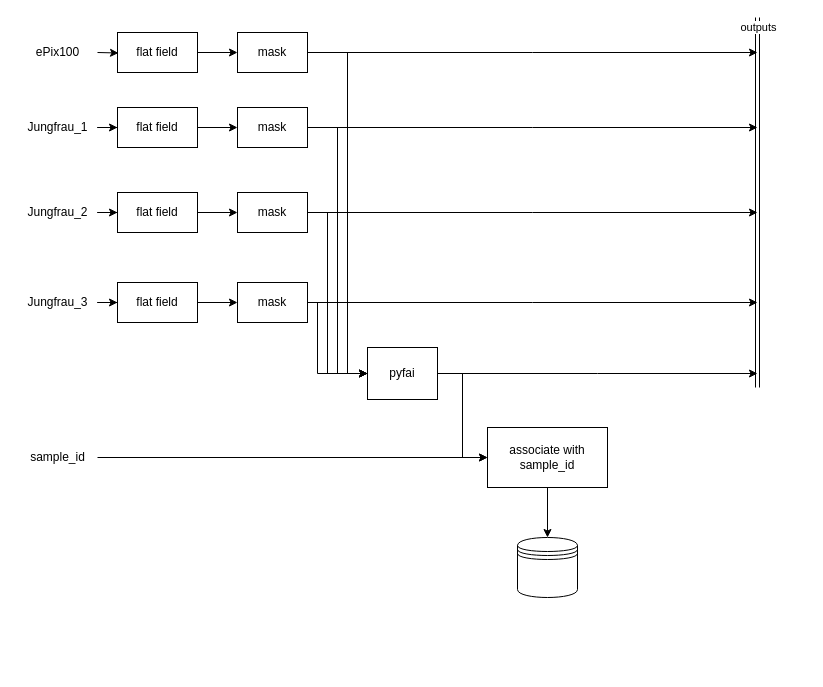
Earlier version of the draw.io diagram substrate.drawio (keeble/hed-context-files). Source tidied: cells renumbered, new cells numbered last; positions are measured from the earlier drawing's top-left corner, leaving out a move shared by most shapes. Both pictures are drawn from the tidied source at 100%, with x=0, y=0 at pixel (17, 17).
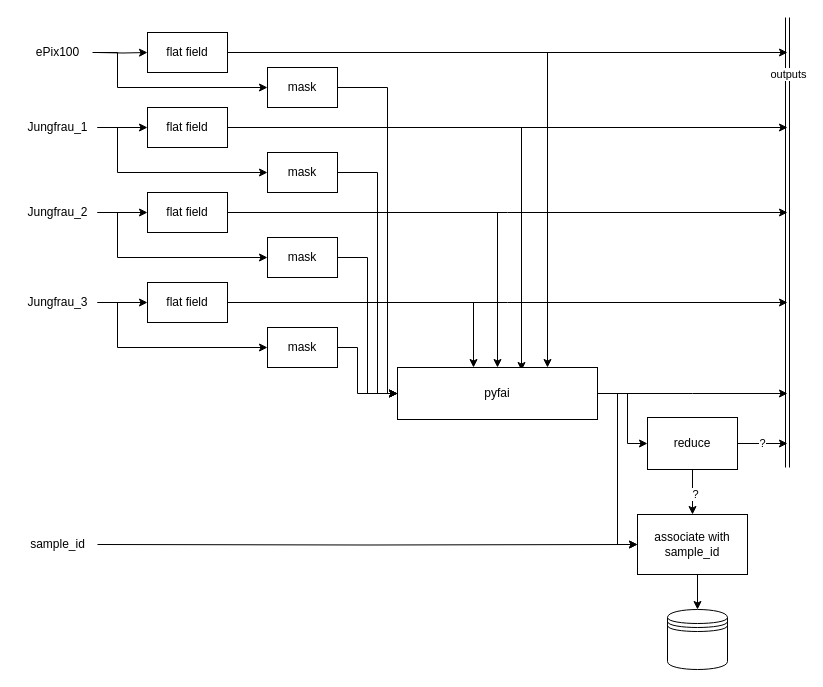
After the change.

Unchanged cells that the change refers to:
```xml
<mxCell id="3" value="Jungfrau_1" style="text;html=1;align=center;verticalAlign=middle;points=[];strokeColor=none;fillColor=none;" parent="1" vertex="1">
  <mxGeometry y="95" width="80" height="30" as="geometry" />
</mxCell>
<mxCell id="5" value="Jungfrau_2" style="text;html=1;align=center;verticalAlign=middle;points=[];strokeColor=none;fillColor=none;" parent="1" vertex="1">
  <mxGeometry y="180" width="80" height="30" as="geometry" />
</mxCell>
<mxCell id="7" value="Jungfrau_3" style="text;html=1;align=center;verticalAlign=middle;points=[];strokeColor=none;fillColor=none;" parent="1" vertex="1">
  <mxGeometry y="270" width="80" height="30" as="geometry" />
</mxCell>
<mxCell id="28" value="ePix100" style="text;html=1;align=center;verticalAlign=middle;points=[];strokeColor=none;fillColor=none;" parent="1" vertex="1">
  <mxGeometry x="5" y="20" width="70" height="30" as="geometry" />
</mxCell>
```

Diff of the diagram source:
```diff
@@
+    <mxCell id="40" style="edgeStyle=orthogonalEdgeStyle;rounded=0;jettySize=auto;html=1;entryX=0;entryY=0.5;entryDx=0;entryDy=0;" parent="1" edge="1" source="3" target="16">
+      <mxGeometry relative="1" as="geometry">
+        <Array as="points">
+          <mxPoint x="100" y="110" />
+          <mxPoint x="100" y="155" />
+        </Array>
+      </mxGeometry>
+    </mxCell>
@@
+    <mxCell id="41" style="edgeStyle=orthogonalEdgeStyle;rounded=0;jettySize=auto;html=1;entryX=0;entryY=0.5;entryDx=0;entryDy=0;" parent="1" edge="1" source="5" target="19">
+      <mxGeometry relative="1" as="geometry">
+        <Array as="points">
+          <mxPoint x="100" y="195" />
+          <mxPoint x="100" y="240" />
+        </Array>
+      </mxGeometry>
+    </mxCell>
@@
+    <mxCell id="42" style="edgeStyle=orthogonalEdgeStyle;rounded=0;jettySize=auto;html=1;entryX=0;entryY=0.5;entryDx=0;entryDy=0;" parent="1" edge="1" source="7" target="22">
+      <mxGeometry relative="1" as="geometry">
+        <Array as="points">
+          <mxPoint x="100" y="285" />
+          <mxPoint x="100" y="330" />
+        </Array>
+      </mxGeometry>
+    </mxCell>
@@
-    <mxCell id="8" style="edgeStyle=orthogonalEdgeStyle;rounded=0;jettySize=auto;html=1;" parent="1" edge="1" source="9" target="16">
-      <mxGeometry relative="1" as="geometry" />
-    </mxCell>
+    <mxCell id="43" style="edgeStyle=orthogonalEdgeStyle;rounded=0;jettySize=auto;html=1;" parent="1" edge="1" source="9">
+      <mxGeometry relative="1" as="geometry">
+        <mxPoint x="770" y="110" as="targetPoint" />
+      </mxGeometry>
+    </mxCell>
+    <mxCell id="44" style="edgeStyle=orthogonalEdgeStyle;rounded=0;jettySize=auto;html=1;entryX=0.62;entryY=0.058;entryDx=0;entryDy=0;entryPerimeter=0;" parent="1" edge="1" source="9" target="25">
+      <mxGeometry relative="1" as="geometry" />
+    </mxCell>
     <mxCell id="9" value="flat field" style="rounded=0;whiteSpace=wrap;html=1;" parent="1" vertex="1">
-      <mxGeometry x="100" y="90" width="80" height="40" as="geometry" />
+      <mxGeometry x="130" y="90" width="80" height="40" as="geometry" />
     </mxCell>
-    <mxCell id="10" style="edgeStyle=orthogonalEdgeStyle;rounded=0;jettySize=auto;html=1;" parent="1" edge="1" source="11" target="19">
-      <mxGeometry relative="1" as="geometry" />
-    </mxCell>
+    <mxCell id="45" style="edgeStyle=orthogonalEdgeStyle;rounded=0;jettySize=auto;html=1;" parent="1" edge="1" source="11">
+      <mxGeometry relative="1" as="geometry">
+        <mxPoint x="770" y="195" as="targetPoint" />
+      </mxGeometry>
+    </mxCell>
+    <mxCell id="46" style="edgeStyle=orthogonalEdgeStyle;rounded=0;jettySize=auto;html=1;entryX=0.5;entryY=0;entryDx=0;entryDy=0;" parent="1" edge="1" source="11" target="25">
+      <mxGeometry relative="1" as="geometry" />
+    </mxCell>
     <mxCell id="11" value="flat field" style="rounded=0;whiteSpace=wrap;html=1;" parent="1" vertex="1">
-      <mxGeometry x="100" y="175" width="80" height="40" as="geometry" />
+      <mxGeometry x="130" y="175" width="80" height="40" as="geometry" />
     </mxCell>
-    <mxCell id="12" style="edgeStyle=orthogonalEdgeStyle;rounded=0;jettySize=auto;html=1;" parent="1" edge="1" source="13" target="22">
-      <mxGeometry relative="1" as="geometry" />
-    </mxCell>
+    <mxCell id="47" style="edgeStyle=orthogonalEdgeStyle;rounded=0;jettySize=auto;html=1;" parent="1" edge="1" source="13">
+      <mxGeometry relative="1" as="geometry">
+        <mxPoint x="770" y="285" as="targetPoint" />
+      </mxGeometry>
+    </mxCell>
+    <mxCell id="48" style="edgeStyle=orthogonalEdgeStyle;rounded=0;jettySize=auto;html=1;entryX=0.38;entryY=0;entryDx=0;entryDy=0;entryPerimeter=0;" parent="1" edge="1" source="13" target="25">
+      <mxGeometry relative="1" as="geometry" />
+    </mxCell>
     <mxCell id="13" value="flat field" style="rounded=0;whiteSpace=wrap;html=1;" parent="1" vertex="1">
-      <mxGeometry x="100" y="265" width="80" height="40" as="geometry" />
+      <mxGeometry x="130" y="265" width="80" height="40" as="geometry" />
     </mxCell>
     <mxCell id="14" style="edgeStyle=orthogonalEdgeStyle;rounded=0;jettySize=auto;html=1;entryX=0;entryY=0.5;entryDx=0;entryDy=0;" parent="1" edge="1" source="16" target="25">
       <mxGeometry relative="1" as="geometry">
         <Array as="points">
-          <mxPoint x="320" y="110" />
-          <mxPoint x="320" y="356" />
+          <mxPoint x="360" y="155" />
+          <mxPoint x="360" y="376" />
         </Array>
       </mxGeometry>
     </mxCell>
-    <mxCell id="15" style="edgeStyle=orthogonalEdgeStyle;rounded=0;jettySize=auto;html=1;" parent="1" edge="1" source="16">
-      <mxGeometry relative="1" as="geometry">
-        <mxPoint x="740" y="110" as="targetPoint" />
-      </mxGeometry>
-    </mxCell>
     <mxCell id="16" value="mask" style="rounded=0;whiteSpace=wrap;html=1;" parent="1" vertex="1">
-      <mxGeometry x="220" y="90" width="70" height="40" as="geometry" />
+      <mxGeometry x="250" y="135" width="70" height="40" as="geometry" />
     </mxCell>
     <mxCell id="17" style="edgeStyle=orthogonalEdgeStyle;rounded=0;jettySize=auto;html=1;entryX=0;entryY=0.5;entryDx=0;entryDy=0;" parent="1" edge="1" source="19" target="25">
-      <mxGeometry relative="1" as="geometry">
-        <Array as="points">
-          <mxPoint x="310" y="195" />
-          <mxPoint x="310" y="356" />
-        </Array>
-      </mxGeometry>
+      <mxGeometry relative="1" as="geometry" />
     </mxCell>
-    <mxCell id="18" style="edgeStyle=orthogonalEdgeStyle;rounded=0;jettySize=auto;html=1;" parent="1" edge="1" source="19">
-      <mxGeometry relative="1" as="geometry">
-        <mxPoint x="740" y="195" as="targetPoint" />
-      </mxGeometry>
-    </mxCell>
     <mxCell id="19" value="mask" style="rounded=0;whiteSpace=wrap;html=1;" parent="1" vertex="1">
-      <mxGeometry x="220" y="175" width="70" height="40" as="geometry" />
+      <mxGeometry x="250" y="220" width="70" height="40" as="geometry" />
     </mxCell>
     <mxCell id="20" style="edgeStyle=orthogonalEdgeStyle;rounded=0;jettySize=auto;html=1;entryX=0;entryY=0.5;entryDx=0;entryDy=0;" parent="1" edge="1" source="22" target="25">
       <mxGeometry relative="1" as="geometry">
         <Array as="points">
-          <mxPoint x="300" y="285" />
-          <mxPoint x="300" y="356" />
+          <mxPoint x="340" y="330" />
+          <mxPoint x="340" y="376" />
         </Array>
       </mxGeometry>
     </mxCell>
-    <mxCell id="21" style="edgeStyle=orthogonalEdgeStyle;rounded=0;jettySize=auto;html=1;" parent="1" edge="1" source="22">
-      <mxGeometry relative="1" as="geometry">
-        <mxPoint x="740" y="285" as="targetPoint" />
-      </mxGeometry>
-    </mxCell>
     <mxCell id="22" value="mask" style="rounded=0;whiteSpace=wrap;html=1;" parent="1" vertex="1">
-      <mxGeometry x="220" y="265" width="70" height="40" as="geometry" />
+      <mxGeometry x="250" y="310" width="70" height="40" as="geometry" />
     </mxCell>
-    <mxCell id="23" style="edgeStyle=orthogonalEdgeStyle;rounded=0;jettySize=auto;html=1;" parent="1" edge="1" source="25">
-      <mxGeometry relative="1" as="geometry">
-        <mxPoint x="740" y="356" as="targetPoint" />
-      </mxGeometry>
-    </mxCell>
@@
+    <mxCell id="49" style="edgeStyle=orthogonalEdgeStyle;rounded=0;jettySize=auto;html=1;" parent="1" edge="1" source="25">
+      <mxGeometry relative="1" as="geometry">
+        <mxPoint x="770" y="376" as="targetPoint" />
+      </mxGeometry>
+    </mxCell>
+    <mxCell id="50" style="edgeStyle=orthogonalEdgeStyle;rounded=0;jettySize=auto;html=1;entryX=0;entryY=0.5;entryDx=0;entryDy=0;" parent="1" edge="1" source="25" target="57">
+      <mxGeometry relative="1" as="geometry">
+        <Array as="points">
+          <mxPoint x="610" y="376" />
+          <mxPoint x="610" y="426" />
+        </Array>
+      </mxGeometry>
+    </mxCell>
     <mxCell id="25" value="pyfai" style="rounded=0;whiteSpace=wrap;html=1;" parent="1" vertex="1">
-      <mxGeometry x="350" y="330" width="70" height="52" as="geometry" />
+      <mxGeometry x="380" y="350" width="200" height="52" as="geometry" />
     </mxCell>
     <mxCell id="26" style="shape=link;html=1;rounded=0;" parent="1" edge="1">
       <mxGeometry relative="1" as="geometry">
-        <mxPoint x="740" y="370" as="sourcePoint" />
-        <mxPoint x="740" as="targetPoint" />
+        <mxPoint x="770" y="450" as="sourcePoint" />
+        <mxPoint x="770" as="targetPoint" />
       </mxGeometry>
     </mxCell>
     <mxCell id="27" value="outputs" style="edgeLabel;html=1;align=center;verticalAlign=middle;" parent="26" vertex="1">
       <mxGeometry x="0.95" y="-3" relative="1" as="geometry">
-        <mxPoint x="-3" as="offset" />
+        <mxPoint x="-3" y="45" as="offset" />
       </mxGeometry>
     </mxCell>
+    <mxCell id="51" style="edgeStyle=orthogonalEdgeStyle;rounded=0;jettySize=auto;html=1;entryX=0;entryY=0.5;entryDx=0;entryDy=0;" parent="1" edge="1" source="28" target="34">
+      <mxGeometry relative="1" as="geometry">
+        <Array as="points">
+          <mxPoint x="100" y="35" />
+          <mxPoint x="100" y="70" />
+        </Array>
+      </mxGeometry>
+    </mxCell>
@@
-    <mxCell id="30" style="edgeStyle=orthogonalEdgeStyle;rounded=0;jettySize=auto;html=1;" parent="1" edge="1" source="31" target="34">
-      <mxGeometry relative="1" as="geometry" />
-    </mxCell>
+    <mxCell id="52" style="edgeStyle=orthogonalEdgeStyle;rounded=0;jettySize=auto;html=1;" parent="1" edge="1" source="31">
+      <mxGeometry relative="1" as="geometry">
+        <mxPoint x="770" y="35" as="targetPoint" />
+      </mxGeometry>
+    </mxCell>
+    <mxCell id="53" style="edgeStyle=orthogonalEdgeStyle;rounded=0;jettySize=auto;html=1;entryX=0.75;entryY=0;entryDx=0;entryDy=0;shadow=0;" parent="1" edge="1" source="31" target="25">
+      <mxGeometry relative="1" as="geometry" />
+    </mxCell>
     <mxCell id="31" value="flat field" style="rounded=0;whiteSpace=wrap;html=1;" parent="1" vertex="1">
-      <mxGeometry x="100" y="15" width="80" height="40" as="geometry" />
+      <mxGeometry x="130" y="15" width="80" height="40" as="geometry" />
     </mxCell>
     <mxCell id="32" style="edgeStyle=orthogonalEdgeStyle;rounded=0;jettySize=auto;html=1;entryX=0;entryY=0.5;entryDx=0;entryDy=0;" parent="1" edge="1" source="34" target="25">
       <mxGeometry relative="1" as="geometry">
         <Array as="points">
-          <mxPoint x="330" y="35" />
-          <mxPoint x="330" y="356" />
+          <mxPoint x="370" y="70" />
+          <mxPoint x="370" y="376" />
         </Array>
       </mxGeometry>
     </mxCell>
-    <mxCell id="33" style="edgeStyle=orthogonalEdgeStyle;rounded=0;jettySize=auto;html=1;" parent="1" edge="1" source="34">
-      <mxGeometry relative="1" as="geometry">
-        <mxPoint x="740" y="35" as="targetPoint" />
-      </mxGeometry>
-    </mxCell>
     <mxCell id="34" value="mask" style="rounded=0;whiteSpace=wrap;html=1;" parent="1" vertex="1">
-      <mxGeometry x="220" y="15" width="70" height="40" as="geometry" />
+      <mxGeometry x="250" y="50" width="70" height="40" as="geometry" />
     </mxCell>
@@
     <mxCell id="36" value="associate with sample_id" style="rounded=0;whiteSpace=wrap;html=1;" parent="1" vertex="1">
-      <mxGeometry x="470" y="410" width="120" height="60" as="geometry" />
+      <mxGeometry x="620" y="497" width="110" height="60" as="geometry" />
     </mxCell>
-    <mxCell id="37" style="edgeStyle=orthogonalEdgeStyle;rounded=0;jettySize=auto;html=1;entryX=0;entryY=0.5;entryDx=0;entryDy=0;" parent="1" edge="1" source="38" target="36">
-      <mxGeometry relative="1" as="geometry" />
+    <mxCell id="37" style="edgeStyle=orthogonalEdgeStyle;rounded=0;jettySize=auto;html=1;entryX=0;entryY=0.5;entryDx=0;entryDy=0;" parent="1" edge="1" target="36">
+      <mxGeometry relative="1" as="geometry">
+        <mxPoint x="80" y="527" as="sourcePoint" />
+      </mxGeometry>
     </mxCell>
     <mxCell id="38" value="sample_id" style="text;html=1;align=center;verticalAlign=middle;points=[];strokeColor=none;fillColor=none;" parent="1" vertex="1">
-      <mxGeometry y="425" width="80" height="30" as="geometry" />
+      <mxGeometry y="512" width="80" height="30" as="geometry" />
     </mxCell>
     <mxCell id="39" style="shape=datastore;whiteSpace=wrap;html=1;" parent="1" vertex="1">
-      <mxGeometry x="500" y="520" width="60" height="60" as="geometry" />
+      <mxGeometry x="650" y="592" width="60" height="60" as="geometry" />
     </mxCell>
+    <mxCell id="54" value="?" style="edgeStyle=orthogonalEdgeStyle;rounded=0;jettySize=auto;html=1;" parent="1" edge="1" source="57">
+      <mxGeometry relative="1" as="geometry">
+        <mxPoint x="770" y="426" as="targetPoint" />
+      </mxGeometry>
+    </mxCell>
+    <mxCell id="55" style="edgeStyle=orthogonalEdgeStyle;rounded=0;jettySize=auto;html=1;exitX=0.5;exitY=1;exitDx=0;exitDy=0;entryX=0.5;entryY=0;entryDx=0;entryDy=0;" parent="1" edge="1" source="57" target="36">
+      <mxGeometry relative="1" as="geometry" />
+    </mxCell>
+    <mxCell id="56" value="?" style="edgeLabel;html=1;align=center;verticalAlign=middle;" parent="55" vertex="1">
+      <mxGeometry x="0.07" y="2" relative="1" as="geometry" />
+    </mxCell>
+    <mxCell id="57" value="reduce" style="rounded=0;whiteSpace=wrap;html=1;" parent="1" vertex="1">
+      <mxGeometry x="630" y="400" width="90" height="52" as="geometry" />
+    </mxCell>
```
